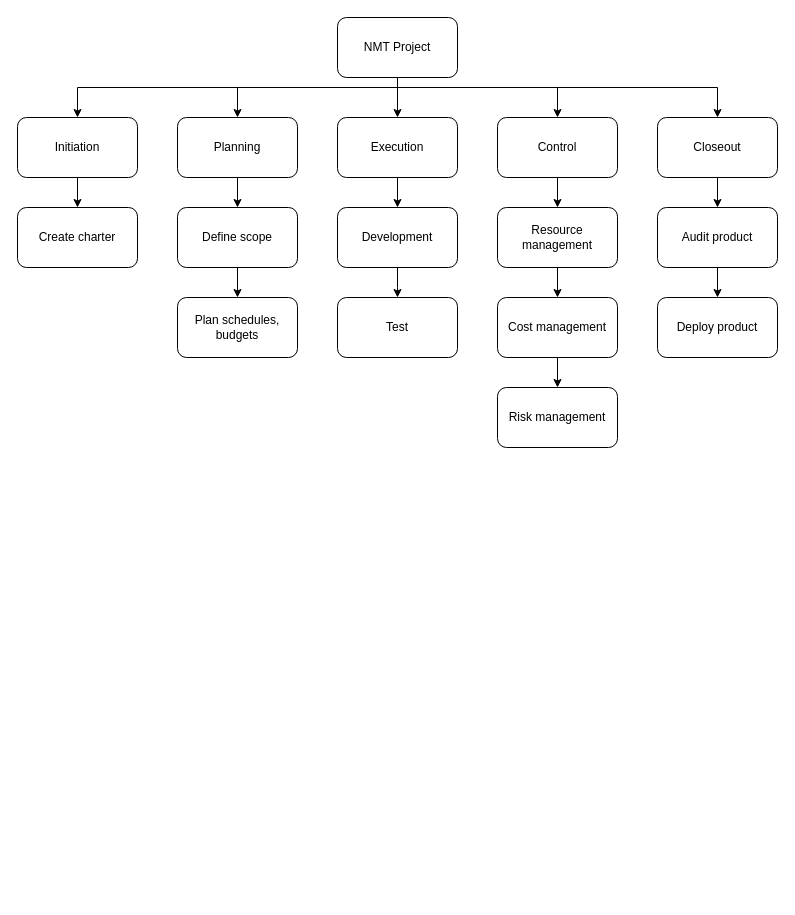
This is wbs.drawio from iirtrtrt/data, a draw.io file, before an edit. Source tidied: cells renumbered, new cells numbered last; positions are measured from the earlier drawing's top-left corner, leaving out a move shared by most shapes. Both pictures are drawn from the tidied source at 100%, with x=0, y=0 at pixel (17, 17).
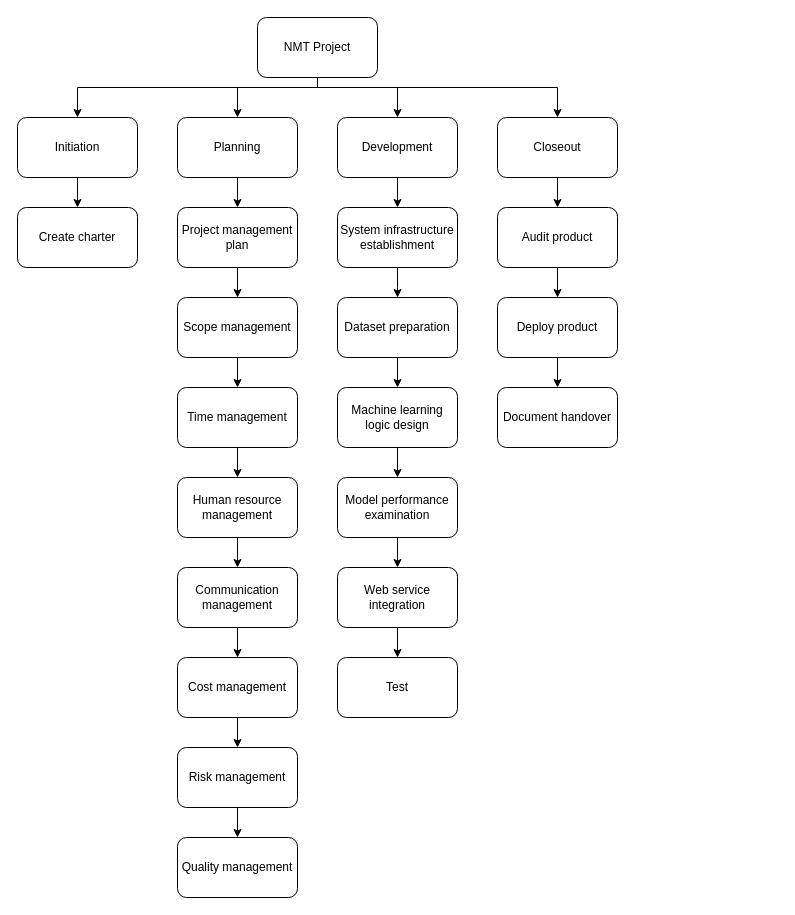
The same page after the edit.

Unchanged cells that the change refers to:
```xml
<mxCell id="9" value="Initiation" style="rounded=1;whiteSpace=wrap;html=1;" parent="1" vertex="1">
  <mxGeometry y="100" width="120" height="60" as="geometry" />
</mxCell>
<mxCell id="11" value="Planning" style="rounded=1;whiteSpace=wrap;html=1;" parent="1" vertex="1">
  <mxGeometry x="160" y="100" width="120" height="60" as="geometry" />
</mxCell>
```

Change to the diagram source:
```diff
@@
     <mxCell id="2" style="edgeStyle=orthogonalEdgeStyle;rounded=0;jettySize=auto;html=1;exitX=0.5;exitY=1;exitDx=0;exitDy=0;entryX=0.5;entryY=0;entryDx=0;entryDy=0;" parent="1" edge="1" source="7" target="13">
-      <mxGeometry relative="1" as="geometry" />
+      <mxGeometry relative="1" as="geometry">
+        <Array as="points">
+          <mxPoint x="300" y="70" />
+          <mxPoint x="380" y="70" />
+        </Array>
+      </mxGeometry>
     </mxCell>
     <mxCell id="3" style="edgeStyle=orthogonalEdgeStyle;rounded=0;jettySize=auto;html=1;entryX=0.5;entryY=0;entryDx=0;entryDy=0;" parent="1" edge="1" source="7" target="11">
       <mxGeometry relative="1" as="geometry">
         <Array as="points">
-          <mxPoint x="380" y="70" />
+          <mxPoint x="300" y="70" />
           <mxPoint x="220" y="70" />
         </Array>
       </mxGeometry>
     </mxCell>
     <mxCell id="4" style="edgeStyle=orthogonalEdgeStyle;rounded=0;jettySize=auto;html=1;entryX=0.5;entryY=0;entryDx=0;entryDy=0;" parent="1" edge="1" source="7" target="9">
       <mxGeometry relative="1" as="geometry">
         <Array as="points">
-          <mxPoint x="380" y="70" />
+          <mxPoint x="300" y="70" />
           <mxPoint x="60" y="70" />
         </Array>
       </mxGeometry>
     </mxCell>
-    <mxCell id="5" style="edgeStyle=orthogonalEdgeStyle;rounded=0;jettySize=auto;html=1;entryX=0.5;entryY=0;entryDx=0;entryDy=0;" parent="1" edge="1" source="7" target="15">
-      <mxGeometry relative="1" as="geometry">
-        <Array as="points">
-          <mxPoint x="380" y="70" />
-          <mxPoint x="540" y="70" />
-        </Array>
-      </mxGeometry>
-    </mxCell>
     <mxCell id="6" style="edgeStyle=orthogonalEdgeStyle;rounded=0;jettySize=auto;html=1;entryX=0.5;entryY=0;entryDx=0;entryDy=0;" parent="1" edge="1" source="7" target="17">
       <mxGeometry relative="1" as="geometry">
         <Array as="points">
-          <mxPoint x="380" y="70" />
-          <mxPoint x="700" y="70" />
+          <mxPoint x="300" y="70" />
+          <mxPoint x="540" y="70" />
         </Array>
       </mxGeometry>
     </mxCell>
     <mxCell id="7" value="NMT Project" style="rounded=1;whiteSpace=wrap;html=1;" parent="1" vertex="1">
-      <mxGeometry x="320" width="120" height="60" as="geometry" />
+      <mxGeometry x="240" width="120" height="60" as="geometry" />
     </mxCell>
@@
-    <mxCell id="13" value="Execution" style="rounded=1;whiteSpace=wrap;html=1;" parent="1" vertex="1">
+    <mxCell id="13" value="Development" style="rounded=1;whiteSpace=wrap;html=1;" parent="1" vertex="1">
       <mxGeometry x="320" y="100" width="120" height="60" as="geometry" />
     </mxCell>
-    <mxCell id="14" style="edgeStyle=orthogonalEdgeStyle;rounded=0;jettySize=auto;html=1;entryX=0.5;entryY=0;entryDx=0;entryDy=0;" parent="1" edge="1" source="15" target="26">
-      <mxGeometry relative="1" as="geometry" />
-    </mxCell>
-    <mxCell id="15" value="Control" style="rounded=1;whiteSpace=wrap;html=1;" parent="1" vertex="1">
-      <mxGeometry x="480" y="100" width="120" height="60" as="geometry" />
-    </mxCell>
@@
     <mxCell id="17" value="Closeout" style="rounded=1;whiteSpace=wrap;html=1;" parent="1" vertex="1">
-      <mxGeometry x="640" y="100" width="120" height="60" as="geometry" />
+      <mxGeometry x="480" y="100" width="120" height="60" as="geometry" />
     </mxCell>
@@
-    <mxCell id="20" value="Define scope" style="rounded=1;whiteSpace=wrap;html=1;" parent="1" vertex="1">
+    <mxCell id="20" value="Project management plan" style="rounded=1;whiteSpace=wrap;html=1;" parent="1" vertex="1">
       <mxGeometry x="160" y="190" width="120" height="60" as="geometry" />
     </mxCell>
-    <mxCell id="21" value="Plan schedules, budgets" style="rounded=1;whiteSpace=wrap;html=1;" parent="1" vertex="1">
+    <mxCell id="21" value="Scope management" style="rounded=1;whiteSpace=wrap;html=1;" parent="1" vertex="1">
       <mxGeometry x="160" y="280" width="120" height="60" as="geometry" />
     </mxCell>
@@
-    <mxCell id="23" value="Development" style="rounded=1;whiteSpace=wrap;html=1;" parent="1" vertex="1">
+    <mxCell id="23" value="System infrastructure establishment" style="rounded=1;whiteSpace=wrap;html=1;" parent="1" vertex="1">
       <mxGeometry x="320" y="190" width="120" height="60" as="geometry" />
     </mxCell>
-    <mxCell id="24" value="Test" style="rounded=1;whiteSpace=wrap;html=1;" parent="1" vertex="1">
+    <mxCell id="24" value="Dataset preparation" style="rounded=1;whiteSpace=wrap;html=1;" parent="1" vertex="1">
       <mxGeometry x="320" y="280" width="120" height="60" as="geometry" />
     </mxCell>
-    <mxCell id="25" style="edgeStyle=orthogonalEdgeStyle;rounded=0;jettySize=auto;html=1;entryX=0.5;entryY=0;entryDx=0;entryDy=0;" parent="1" edge="1" source="26" target="28">
-      <mxGeometry relative="1" as="geometry" />
-    </mxCell>
-    <mxCell id="26" value="Resource management" style="rounded=1;whiteSpace=wrap;html=1;" parent="1" vertex="1">
-      <mxGeometry x="480" y="190" width="120" height="60" as="geometry" />
-    </mxCell>
-    <mxCell id="27" style="edgeStyle=orthogonalEdgeStyle;rounded=0;jettySize=auto;html=1;entryX=0.5;entryY=0;entryDx=0;entryDy=0;" parent="1" edge="1" source="28" target="29">
-      <mxGeometry relative="1" as="geometry" />
-    </mxCell>
-    <mxCell id="28" value="Cost management" style="rounded=1;whiteSpace=wrap;html=1;" parent="1" vertex="1">
-      <mxGeometry x="480" y="280" width="120" height="60" as="geometry" />
-    </mxCell>
-    <mxCell id="29" value="Risk management" style="rounded=1;whiteSpace=wrap;html=1;" parent="1" vertex="1">
-      <mxGeometry x="480" y="370" width="120" height="60" as="geometry" />
-    </mxCell>
@@
     <mxCell id="31" value="Audit product" style="rounded=1;whiteSpace=wrap;html=1;" parent="1" vertex="1">
-      <mxGeometry x="640" y="190" width="120" height="60" as="geometry" />
+      <mxGeometry x="480" y="190" width="120" height="60" as="geometry" />
     </mxCell>
     <mxCell id="32" value="Deploy product" style="rounded=1;whiteSpace=wrap;html=1;" parent="1" vertex="1">
-      <mxGeometry x="640" y="280" width="120" height="60" as="geometry" />
+      <mxGeometry x="480" y="280" width="120" height="60" as="geometry" />
     </mxCell>
+    <mxCell id="33" style="edgeStyle=orthogonalEdgeStyle;rounded=0;jettySize=auto;html=1;entryX=0.5;entryY=0;entryDx=0;entryDy=0;" parent="1" edge="1" target="35">
+      <mxGeometry relative="1" as="geometry">
+        <mxPoint x="220" y="340" as="sourcePoint" />
+      </mxGeometry>
+    </mxCell>
+    <mxCell id="34" style="edgeStyle=orthogonalEdgeStyle;rounded=0;jettySize=auto;html=1;entryX=0.5;entryY=0;entryDx=0;entryDy=0;" parent="1" edge="1" source="35" target="36">
+      <mxGeometry relative="1" as="geometry" />
+    </mxCell>
+    <mxCell id="35" value="Time management" style="rounded=1;whiteSpace=wrap;html=1;" parent="1" vertex="1">
+      <mxGeometry x="160" y="370" width="120" height="60" as="geometry" />
+    </mxCell>
+    <mxCell id="36" value="Human resource management" style="rounded=1;whiteSpace=wrap;html=1;" parent="1" vertex="1">
+      <mxGeometry x="160" y="460" width="120" height="60" as="geometry" />
+    </mxCell>
+    <mxCell id="37" style="edgeStyle=orthogonalEdgeStyle;rounded=0;jettySize=auto;html=1;entryX=0.5;entryY=0;entryDx=0;entryDy=0;" parent="1" edge="1" target="39">
+      <mxGeometry relative="1" as="geometry">
+        <mxPoint x="220" y="520" as="sourcePoint" />
+      </mxGeometry>
+    </mxCell>
+    <mxCell id="38" style="edgeStyle=orthogonalEdgeStyle;rounded=0;jettySize=auto;html=1;entryX=0.5;entryY=0;entryDx=0;entryDy=0;" parent="1" edge="1" source="39" target="28">
+      <mxGeometry relative="1" as="geometry" />
+    </mxCell>
+    <mxCell id="39" value="Communication management" style="rounded=1;whiteSpace=wrap;html=1;" parent="1" vertex="1">
+      <mxGeometry x="160" y="550" width="120" height="60" as="geometry" />
+    </mxCell>
+    <mxCell id="28" value="Cost management" style="rounded=1;whiteSpace=wrap;html=1;" parent="1" vertex="1">
+      <mxGeometry x="160" y="640" width="120" height="60" as="geometry" />
+    </mxCell>
+    <mxCell id="40" style="edgeStyle=orthogonalEdgeStyle;rounded=0;jettySize=auto;html=1;entryX=0.5;entryY=0;entryDx=0;entryDy=0;" parent="1" edge="1" target="29">
+      <mxGeometry relative="1" as="geometry">
+        <mxPoint x="220" y="700" as="sourcePoint" />
+      </mxGeometry>
+    </mxCell>
+    <mxCell id="41" style="edgeStyle=orthogonalEdgeStyle;rounded=0;jettySize=auto;html=1;entryX=0.5;entryY=0;entryDx=0;entryDy=0;" parent="1" edge="1" source="29" target="42">
+      <mxGeometry relative="1" as="geometry" />
+    </mxCell>
+    <mxCell id="29" value="Risk management" style="rounded=1;whiteSpace=wrap;html=1;" parent="1" vertex="1">
+      <mxGeometry x="160" y="730" width="120" height="60" as="geometry" />
+    </mxCell>
+    <mxCell id="42" value="Quality management" style="rounded=1;whiteSpace=wrap;html=1;" parent="1" vertex="1">
+      <mxGeometry x="160" y="820" width="120" height="60" as="geometry" />
+    </mxCell>
+    <mxCell id="43" style="edgeStyle=orthogonalEdgeStyle;rounded=0;jettySize=auto;html=1;entryX=0.5;entryY=0;entryDx=0;entryDy=0;" parent="1" edge="1" target="45">
+      <mxGeometry relative="1" as="geometry">
+        <mxPoint x="380" y="340" as="sourcePoint" />
+      </mxGeometry>
+    </mxCell>
+    <mxCell id="44" style="edgeStyle=orthogonalEdgeStyle;rounded=0;jettySize=auto;html=1;entryX=0.5;entryY=0;entryDx=0;entryDy=0;" parent="1" edge="1" source="45" target="46">
+      <mxGeometry relative="1" as="geometry" />
+    </mxCell>
+    <mxCell id="45" value="Machine learning logic design" style="rounded=1;whiteSpace=wrap;html=1;" parent="1" vertex="1">
+      <mxGeometry x="320" y="370" width="120" height="60" as="geometry" />
+    </mxCell>
+    <mxCell id="46" value="Model performance examination" style="rounded=1;whiteSpace=wrap;html=1;" parent="1" vertex="1">
+      <mxGeometry x="320" y="460" width="120" height="60" as="geometry" />
+    </mxCell>
+    <mxCell id="47" style="edgeStyle=orthogonalEdgeStyle;rounded=0;jettySize=auto;html=1;entryX=0.5;entryY=0;entryDx=0;entryDy=0;" parent="1" edge="1" target="49">
+      <mxGeometry relative="1" as="geometry">
+        <mxPoint x="380" y="520" as="sourcePoint" />
+      </mxGeometry>
+    </mxCell>
+    <mxCell id="48" style="edgeStyle=orthogonalEdgeStyle;rounded=0;jettySize=auto;html=1;entryX=0.5;entryY=0;entryDx=0;entryDy=0;" parent="1" edge="1" source="49" target="50">
+      <mxGeometry relative="1" as="geometry" />
+    </mxCell>
+    <mxCell id="49" value="Web service integration" style="rounded=1;whiteSpace=wrap;html=1;" parent="1" vertex="1">
+      <mxGeometry x="320" y="550" width="120" height="60" as="geometry" />
+    </mxCell>
+    <mxCell id="50" value="Test" style="rounded=1;whiteSpace=wrap;html=1;" parent="1" vertex="1">
+      <mxGeometry x="320" y="640" width="120" height="60" as="geometry" />
+    </mxCell>
+    <mxCell id="51" style="edgeStyle=orthogonalEdgeStyle;rounded=0;jettySize=auto;html=1;entryX=0.5;entryY=0;entryDx=0;entryDy=0;" parent="1" edge="1" target="52">
+      <mxGeometry relative="1" as="geometry">
+        <mxPoint x="540" y="340" as="sourcePoint" />
+      </mxGeometry>
+    </mxCell>
+    <mxCell id="52" value="Document handover" style="rounded=1;whiteSpace=wrap;html=1;" parent="1" vertex="1">
+      <mxGeometry x="480" y="370" width="120" height="60" as="geometry" />
+    </mxCell>
```
